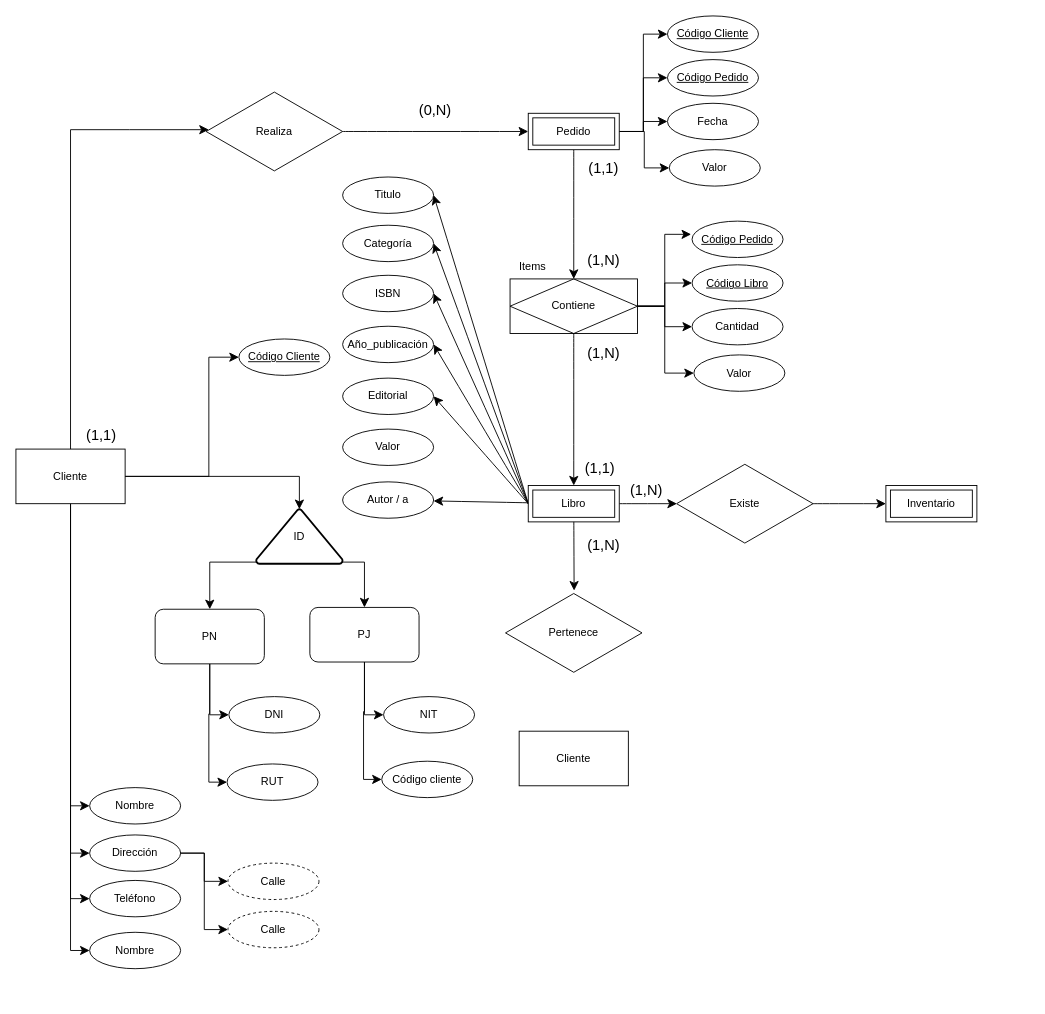
ollin02/digramas keeps this draw.io diagram as Diagrama sin título.drawio. Above is the earlier version. Source tidied: cells renumbered, new cells numbered last; positions are measured from the earlier drawing's top-left corner, leaving out a move shared by most shapes. Both pictures are drawn from the tidied source at 91%, with x=0, y=0 at pixel (15, 15).
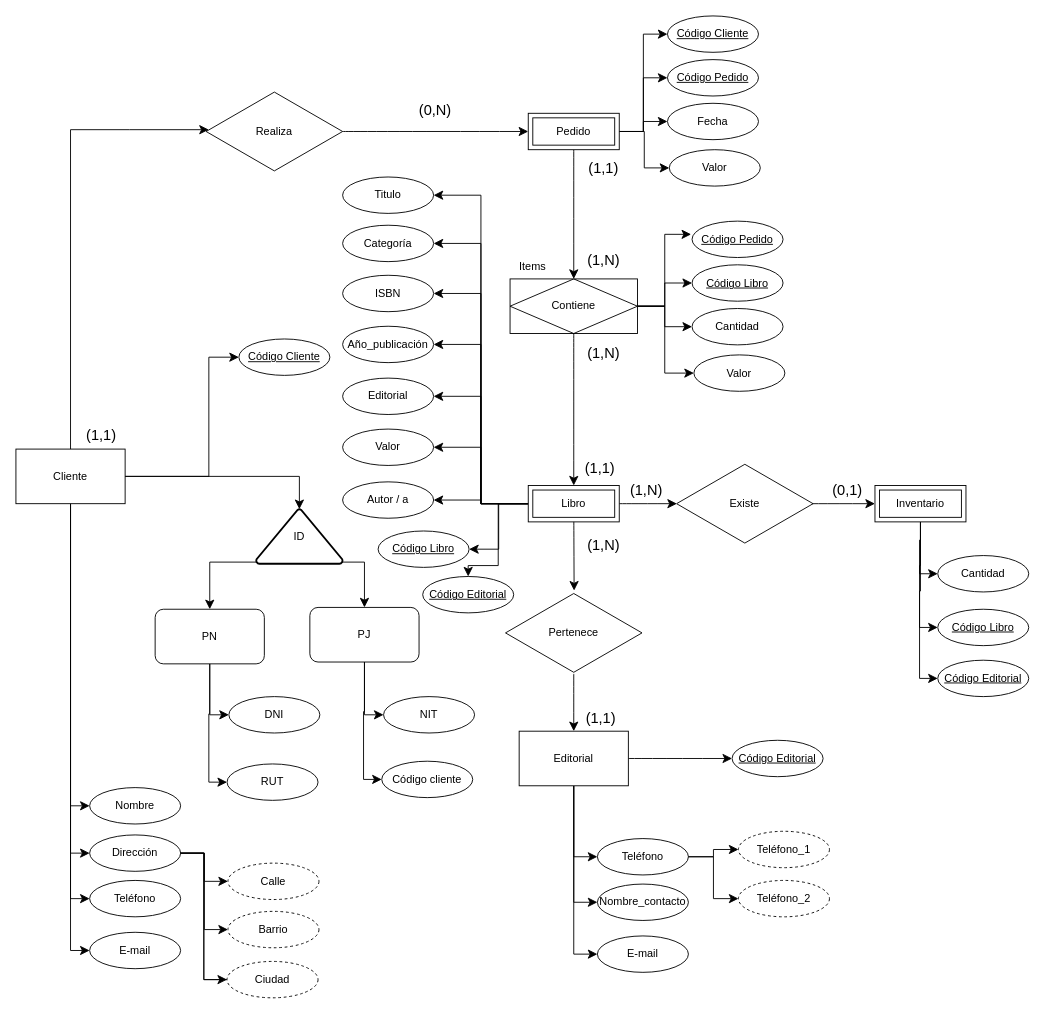
The same diagram, later.

The change refers to these unchanged cells:
```xml
<mxCell id="35" value="Titulo" style="ellipse;whiteSpace=wrap;html=1;align=center;newEdgeStyle={&quot;edgeStyle&quot;:&quot;entityRelationEdgeStyle&quot;,&quot;startArrow&quot;:&quot;none&quot;,&quot;endArrow&quot;:&quot;none&quot;,&quot;segment&quot;:10,&quot;curved&quot;:1,&quot;sourcePerimeterSpacing&quot;:0,&quot;targetPerimeterSpacing&quot;:0};" parent="1" vertex="1">
  <mxGeometry x="359" y="177" width="100" height="40" as="geometry" />
</mxCell>
<mxCell id="36" value="Categoría" style="ellipse;whiteSpace=wrap;html=1;align=center;newEdgeStyle={&quot;edgeStyle&quot;:&quot;entityRelationEdgeStyle&quot;,&quot;startArrow&quot;:&quot;none&quot;,&quot;endArrow&quot;:&quot;none&quot;,&quot;segment&quot;:10,&quot;curved&quot;:1,&quot;sourcePerimeterSpacing&quot;:0,&quot;targetPerimeterSpacing&quot;:0};" parent="1" vertex="1">
  <mxGeometry x="359" y="230" width="100" height="40" as="geometry" />
</mxCell>
<mxCell id="37" value="Valor" style="ellipse;whiteSpace=wrap;html=1;align=center;newEdgeStyle={&quot;edgeStyle&quot;:&quot;entityRelationEdgeStyle&quot;,&quot;startArrow&quot;:&quot;none&quot;,&quot;endArrow&quot;:&quot;none&quot;,&quot;segment&quot;:10,&quot;curved&quot;:1,&quot;sourcePerimeterSpacing&quot;:0,&quot;targetPerimeterSpacing&quot;:0};" parent="1" vertex="1">
  <mxGeometry x="359" y="454" width="100" height="40" as="geometry" />
</mxCell>
<mxCell id="38" value="Editorial" style="ellipse;whiteSpace=wrap;html=1;align=center;newEdgeStyle={&quot;edgeStyle&quot;:&quot;entityRelationEdgeStyle&quot;,&quot;startArrow&quot;:&quot;none&quot;,&quot;endArrow&quot;:&quot;none&quot;,&quot;segment&quot;:10,&quot;curved&quot;:1,&quot;sourcePerimeterSpacing&quot;:0,&quot;targetPerimeterSpacing&quot;:0};" parent="1" vertex="1">
  <mxGeometry x="359" y="398" width="100" height="40" as="geometry" />
</mxCell>
<mxCell id="39" value="ISBN" style="ellipse;whiteSpace=wrap;html=1;align=center;newEdgeStyle={&quot;edgeStyle&quot;:&quot;entityRelationEdgeStyle&quot;,&quot;startArrow&quot;:&quot;none&quot;,&quot;endArrow&quot;:&quot;none&quot;,&quot;segment&quot;:10,&quot;curved&quot;:1,&quot;sourcePerimeterSpacing&quot;:0,&quot;targetPerimeterSpacing&quot;:0};" parent="1" vertex="1">
  <mxGeometry x="359" y="285" width="100" height="40" as="geometry" />
</mxCell>
<mxCell id="40" value="Año_publicación" style="ellipse;whiteSpace=wrap;html=1;align=center;newEdgeStyle={&quot;edgeStyle&quot;:&quot;entityRelationEdgeStyle&quot;,&quot;startArrow&quot;:&quot;none&quot;,&quot;endArrow&quot;:&quot;none&quot;,&quot;segment&quot;:10,&quot;curved&quot;:1,&quot;sourcePerimeterSpacing&quot;:0,&quot;targetPerimeterSpacing&quot;:0};" parent="1" vertex="1">
  <mxGeometry x="359" y="341" width="100" height="40" as="geometry" />
</mxCell>
<mxCell id="41" value="Autor / a" style="ellipse;whiteSpace=wrap;html=1;align=center;newEdgeStyle={&quot;edgeStyle&quot;:&quot;entityRelationEdgeStyle&quot;,&quot;startArrow&quot;:&quot;none&quot;,&quot;endArrow&quot;:&quot;none&quot;,&quot;segment&quot;:10,&quot;curved&quot;:1,&quot;sourcePerimeterSpacing&quot;:0,&quot;targetPerimeterSpacing&quot;:0};" parent="1" vertex="1">
  <mxGeometry x="359" y="512" width="100" height="40" as="geometry" />
</mxCell>
<mxCell id="66" value="Libro" style="shape=ext;margin=3;double=1;whiteSpace=wrap;html=1;align=center;" parent="1" vertex="1">
  <mxGeometry x="563" y="516" width="100" height="40" as="geometry" />
</mxCell>
<mxCell id="68" value="Existe" style="html=1;whiteSpace=wrap;shape=isoRectangle;" parent="1" vertex="1">
  <mxGeometry x="726" y="491" width="150" height="90" as="geometry" />
</mxCell>
<mxCell id="75" value="Dirección" style="ellipse;whiteSpace=wrap;html=1;align=center;newEdgeStyle={&quot;edgeStyle&quot;:&quot;entityRelationEdgeStyle&quot;,&quot;startArrow&quot;:&quot;none&quot;,&quot;endArrow&quot;:&quot;none&quot;,&quot;segment&quot;:10,&quot;curved&quot;:1,&quot;sourcePerimeterSpacing&quot;:0,&quot;targetPerimeterSpacing&quot;:0};" parent="1" vertex="1">
  <mxGeometry x="81" y="900" width="100" height="40" as="geometry" />
</mxCell>
<mxCell id="81" value="Pertenece" style="html=1;whiteSpace=wrap;shape=isoRectangle;" parent="1" vertex="1">
  <mxGeometry x="538" y="633" width="150" height="90" as="geometry" />
</mxCell>
```

What changed in the source:
```diff
@@
-    <mxCell id="60" style="edgeStyle=none;curved=1;rounded=0;jettySize=auto;html=1;entryX=1;entryY=0.5;entryDx=0;entryDy=0;fontSize=12;startSize=8;endSize=8;exitX=0;exitY=0.5;exitDx=0;exitDy=0;" parent="1" edge="1" source="66" target="35">
+    <mxCell id="60" style="edgeStyle=orthogonalEdgeStyle;rounded=0;jettySize=auto;html=1;entryX=1;entryY=0.5;entryDx=0;entryDy=0;fontSize=12;startSize=8;endSize=8;exitX=0;exitY=0.5;exitDx=0;exitDy=0;" parent="1" edge="1" source="66" target="35">
       <mxGeometry relative="1" as="geometry" />
     </mxCell>
-    <mxCell id="61" style="edgeStyle=none;curved=1;rounded=0;jettySize=auto;html=1;fontSize=12;startSize=8;endSize=8;" parent="1" edge="1" source="66" target="41">
+    <mxCell id="61" style="edgeStyle=orthogonalEdgeStyle;rounded=0;jettySize=auto;html=1;fontSize=12;startSize=8;endSize=8;" parent="1" edge="1" source="66" target="41">
       <mxGeometry relative="1" as="geometry" />
     </mxCell>
-    <mxCell id="62" style="edgeStyle=none;curved=1;rounded=0;jettySize=auto;html=1;exitX=0;exitY=0.5;exitDx=0;exitDy=0;entryX=1;entryY=0.5;entryDx=0;entryDy=0;fontSize=12;startSize=8;endSize=8;" parent="1" edge="1" source="66" target="36">
+    <mxCell id="62" style="edgeStyle=orthogonalEdgeStyle;rounded=0;jettySize=auto;html=1;exitX=0;exitY=0.5;exitDx=0;exitDy=0;entryX=1;entryY=0.5;entryDx=0;entryDy=0;fontSize=12;startSize=8;endSize=8;" parent="1" edge="1" source="66" target="36">
       <mxGeometry relative="1" as="geometry" />
     </mxCell>
-    <mxCell id="63" style="edgeStyle=none;curved=1;rounded=0;jettySize=auto;html=1;entryX=1;entryY=0.5;entryDx=0;entryDy=0;fontSize=12;startSize=8;endSize=8;exitX=0;exitY=0.5;exitDx=0;exitDy=0;" parent="1" edge="1" source="66" target="39">
+    <mxCell id="63" style="edgeStyle=orthogonalEdgeStyle;rounded=0;jettySize=auto;html=1;entryX=1;entryY=0.5;entryDx=0;entryDy=0;fontSize=12;startSize=8;endSize=8;exitX=0;exitY=0.5;exitDx=0;exitDy=0;" parent="1" edge="1" source="66" target="39">
       <mxGeometry relative="1" as="geometry" />
     </mxCell>
-    <mxCell id="64" style="edgeStyle=none;curved=1;rounded=0;jettySize=auto;html=1;entryX=1;entryY=0.5;entryDx=0;entryDy=0;fontSize=12;startSize=8;endSize=8;exitX=0;exitY=0.5;exitDx=0;exitDy=0;" parent="1" edge="1" source="66" target="40">
+    <mxCell id="64" style="edgeStyle=orthogonalEdgeStyle;rounded=0;jettySize=auto;html=1;entryX=1;entryY=0.5;entryDx=0;entryDy=0;fontSize=12;startSize=8;endSize=8;exitX=0;exitY=0.5;exitDx=0;exitDy=0;" parent="1" edge="1" source="66" target="40">
       <mxGeometry relative="1" as="geometry" />
     </mxCell>
-    <mxCell id="65" style="edgeStyle=none;curved=1;rounded=0;jettySize=auto;html=1;entryX=1;entryY=0.5;entryDx=0;entryDy=0;fontSize=12;startSize=8;endSize=8;exitX=0;exitY=0.5;exitDx=0;exitDy=0;" parent="1" edge="1" source="66" target="38">
+    <mxCell id="65" style="edgeStyle=orthogonalEdgeStyle;rounded=0;jettySize=auto;html=1;entryX=1;entryY=0.5;entryDx=0;entryDy=0;fontSize=12;startSize=8;endSize=8;exitX=0;exitY=0.5;exitDx=0;exitDy=0;" parent="1" edge="1" source="66" target="38">
       <mxGeometry relative="1" as="geometry" />
     </mxCell>
+    <mxCell id="84" style="edgeStyle=orthogonalEdgeStyle;rounded=0;jettySize=auto;html=1;entryX=1;entryY=0.5;entryDx=0;entryDy=0;fontSize=12;startSize=8;endSize=8;exitX=0;exitY=0.5;exitDx=0;exitDy=0;" parent="1" edge="1" source="66" target="37">
+      <mxGeometry relative="1" as="geometry" />
+    </mxCell>
+    <mxCell id="85" style="edgeStyle=orthogonalEdgeStyle;rounded=0;jettySize=auto;html=1;exitX=0;exitY=0.5;exitDx=0;exitDy=0;entryX=1;entryY=0.5;entryDx=0;entryDy=0;fontSize=12;startSize=8;endSize=8;" parent="1" edge="1" source="66" target="97">
+      <mxGeometry relative="1" as="geometry" />
+    </mxCell>
+    <mxCell id="86" style="edgeStyle=orthogonalEdgeStyle;rounded=0;jettySize=auto;html=1;entryX=0.5;entryY=0;entryDx=0;entryDy=0;fontSize=12;startSize=8;endSize=8;exitX=0;exitY=0.5;exitDx=0;exitDy=0;" parent="1" edge="1" source="66" target="98">
+      <mxGeometry relative="1" as="geometry">
+        <Array as="points">
+          <mxPoint x="530" y="536" />
+          <mxPoint x="530" y="604" />
+          <mxPoint x="497" y="604" />
+        </Array>
+      </mxGeometry>
+    </mxCell>
@@
-    <mxCell id="67" style="edgeStyle=none;curved=1;rounded=0;jettySize=auto;html=1;entryX=0;entryY=0.5;entryDx=0;entryDy=0;fontSize=12;startSize=8;endSize=8;" parent="1" edge="1" source="68" target="73">
-      <mxGeometry relative="1" as="geometry" />
+    <mxCell id="67" style="edgeStyle=none;curved=1;rounded=0;jettySize=auto;html=1;entryX=0;entryY=0.5;entryDx=0;entryDy=0;fontSize=12;startSize=8;endSize=8;" parent="1" edge="1" target="73">
+      <mxGeometry relative="1" as="geometry">
+        <mxPoint x="864" y="536" as="sourcePoint" />
+      </mxGeometry>
     </mxCell>
@@
+    <mxCell id="87" style="edgeStyle=orthogonalEdgeStyle;rounded=0;jettySize=auto;html=1;exitX=0.5;exitY=1;exitDx=0;exitDy=0;entryX=0;entryY=0.5;entryDx=0;entryDy=0;fontSize=12;startSize=8;endSize=8;" parent="1" edge="1" source="73" target="101">
+      <mxGeometry relative="1" as="geometry" />
+    </mxCell>
+    <mxCell id="88" style="edgeStyle=orthogonalEdgeStyle;rounded=0;jettySize=auto;html=1;entryX=0;entryY=0.5;entryDx=0;entryDy=0;fontSize=12;startSize=8;endSize=8;" parent="1" edge="1" source="73" target="102">
+      <mxGeometry relative="1" as="geometry" />
+    </mxCell>
+    <mxCell id="89" style="edgeStyle=orthogonalEdgeStyle;rounded=0;jettySize=auto;html=1;entryX=0;entryY=0.5;entryDx=0;entryDy=0;fontSize=12;startSize=8;endSize=8;" parent="1" edge="1" source="73" target="103">
+      <mxGeometry relative="1" as="geometry" />
+    </mxCell>
     <mxCell id="73" value="Inventario" style="shape=ext;margin=3;double=1;whiteSpace=wrap;html=1;align=center;" parent="1" vertex="1">
-      <mxGeometry x="956" y="516" width="100" height="40" as="geometry" />
+      <mxGeometry x="944" y="516" width="100" height="40" as="geometry" />
     </mxCell>
-    <mxCell id="74" value="Nombre" style="ellipse;whiteSpace=wrap;html=1;align=center;newEdgeStyle={&quot;edgeStyle&quot;:&quot;entityRelationEdgeStyle&quot;,&quot;startArrow&quot;:&quot;none&quot;,&quot;endArrow&quot;:&quot;none&quot;,&quot;segment&quot;:10,&quot;curved&quot;:1,&quot;sourcePerimeterSpacing&quot;:0,&quot;targetPerimeterSpacing&quot;:0};" parent="1" vertex="1">
+    <mxCell id="74" value="E-mail" style="ellipse;whiteSpace=wrap;html=1;align=center;newEdgeStyle={&quot;edgeStyle&quot;:&quot;entityRelationEdgeStyle&quot;,&quot;startArrow&quot;:&quot;none&quot;,&quot;endArrow&quot;:&quot;none&quot;,&quot;segment&quot;:10,&quot;curved&quot;:1,&quot;sourcePerimeterSpacing&quot;:0,&quot;targetPerimeterSpacing&quot;:0};" parent="1" vertex="1">
       <mxGeometry x="81" y="1007" width="100" height="40" as="geometry" />
     </mxCell>
+    <mxCell id="90" style="edgeStyle=orthogonalEdgeStyle;rounded=0;jettySize=auto;html=1;startArrow=none;endArrow=none;segment=10;sourcePerimeterSpacing=0;targetPerimeterSpacing=0;exitX=1;exitY=0.5;exitDx=0;exitDy=0;entryX=0;entryY=0.5;entryDx=0;entryDy=0;fontSize=12;" parent="1" edge="1" source="75" target="104">
+      <mxGeometry relative="1" as="geometry" />
+    </mxCell>
@@
-    <mxCell id="77" value="Calle" style="ellipse;whiteSpace=wrap;html=1;align=center;dashed=1;" parent="1" vertex="1">
+    <mxCell id="77" value="Barrio" style="ellipse;whiteSpace=wrap;html=1;align=center;dashed=1;" parent="1" vertex="1">
       <mxGeometry x="233" y="984" width="100" height="40" as="geometry" />
     </mxCell>
@@
+    <mxCell id="91" style="edgeStyle=none;curved=1;rounded=0;jettySize=auto;html=1;entryX=0.5;entryY=0;entryDx=0;entryDy=0;fontSize=12;startSize=8;endSize=8;" parent="1" edge="1" source="81" target="83">
+      <mxGeometry relative="1" as="geometry" />
+    </mxCell>
@@
+    <mxCell id="92" style="edgeStyle=none;curved=1;rounded=0;jettySize=auto;html=1;fontSize=12;startSize=8;endSize=8;" parent="1" edge="1" source="83" target="99">
+      <mxGeometry relative="1" as="geometry" />
+    </mxCell>
+    <mxCell id="93" style="edgeStyle=orthogonalEdgeStyle;rounded=0;jettySize=auto;html=1;entryX=0;entryY=0.5;entryDx=0;entryDy=0;fontSize=12;startSize=8;endSize=8;" parent="1" edge="1" source="83" target="107">
+      <mxGeometry relative="1" as="geometry" />
+    </mxCell>
+    <mxCell id="94" style="edgeStyle=orthogonalEdgeStyle;rounded=0;jettySize=auto;html=1;entryX=0;entryY=0.5;entryDx=0;entryDy=0;fontSize=12;startSize=8;endSize=8;" parent="1" edge="1" source="83" target="108">
+      <mxGeometry relative="1" as="geometry" />
+    </mxCell>
+    <mxCell id="95" style="edgeStyle=orthogonalEdgeStyle;rounded=0;jettySize=auto;html=1;entryX=0;entryY=0.5;entryDx=0;entryDy=0;fontSize=12;startSize=8;endSize=8;" parent="1" edge="1" source="83" target="106">
+      <mxGeometry relative="1" as="geometry" />
+    </mxCell>
-    <mxCell id="83" value="Cliente" style="rounded=0;whiteSpace=wrap;html=1;" parent="1" vertex="1">
+    <mxCell id="83" value="Editorial" style="rounded=0;whiteSpace=wrap;html=1;" parent="1" vertex="1">
       <mxGeometry x="553" y="786" width="120" height="60" as="geometry" />
     </mxCell>
+    <mxCell id="96" value="(1,1)" style="text;strokeColor=none;fillColor=none;html=1;align=center;verticalAlign=middle;whiteSpace=wrap;rounded=0;fontSize=16;" parent="1" vertex="1">
+      <mxGeometry x="613" y="756" width="60" height="30" as="geometry" />
+    </mxCell>
+    <mxCell id="97" value="&lt;u&gt;Código Libro&lt;/u&gt;" style="ellipse;whiteSpace=wrap;html=1;align=center;newEdgeStyle={&quot;edgeStyle&quot;:&quot;entityRelationEdgeStyle&quot;,&quot;startArrow&quot;:&quot;none&quot;,&quot;endArrow&quot;:&quot;none&quot;,&quot;segment&quot;:10,&quot;curved&quot;:1,&quot;sourcePerimeterSpacing&quot;:0,&quot;targetPerimeterSpacing&quot;:0};" parent="1" vertex="1">
+      <mxGeometry x="398" y="566" width="100" height="40" as="geometry" />
+    </mxCell>
+    <mxCell id="98" value="&lt;u&gt;Código Editorial&lt;/u&gt;" style="ellipse;whiteSpace=wrap;html=1;align=center;newEdgeStyle={&quot;edgeStyle&quot;:&quot;entityRelationEdgeStyle&quot;,&quot;startArrow&quot;:&quot;none&quot;,&quot;endArrow&quot;:&quot;none&quot;,&quot;segment&quot;:10,&quot;curved&quot;:1,&quot;sourcePerimeterSpacing&quot;:0,&quot;targetPerimeterSpacing&quot;:0};" parent="1" vertex="1">
+      <mxGeometry x="447" y="616" width="100" height="40" as="geometry" />
+    </mxCell>
+    <mxCell id="99" value="&lt;u&gt;Código Editorial&lt;/u&gt;" style="ellipse;whiteSpace=wrap;html=1;align=center;newEdgeStyle={&quot;edgeStyle&quot;:&quot;entityRelationEdgeStyle&quot;,&quot;startArrow&quot;:&quot;none&quot;,&quot;endArrow&quot;:&quot;none&quot;,&quot;segment&quot;:10,&quot;curved&quot;:1,&quot;sourcePerimeterSpacing&quot;:0,&quot;targetPerimeterSpacing&quot;:0};" parent="1" vertex="1">
+      <mxGeometry x="787" y="796" width="100" height="40" as="geometry" />
+    </mxCell>
+    <mxCell id="100" value="(0,1)" style="text;strokeColor=none;fillColor=none;html=1;align=center;verticalAlign=middle;whiteSpace=wrap;rounded=0;fontSize=16;" parent="1" vertex="1">
+      <mxGeometry x="884" y="506" width="60" height="30" as="geometry" />
+    </mxCell>
+    <mxCell id="101" value="Cantidad" style="ellipse;whiteSpace=wrap;html=1;align=center;newEdgeStyle={&quot;edgeStyle&quot;:&quot;entityRelationEdgeStyle&quot;,&quot;startArrow&quot;:&quot;none&quot;,&quot;endArrow&quot;:&quot;none&quot;,&quot;segment&quot;:10,&quot;curved&quot;:1,&quot;sourcePerimeterSpacing&quot;:0,&quot;targetPerimeterSpacing&quot;:0};" parent="1" vertex="1">
+      <mxGeometry x="1013" y="593" width="100" height="40" as="geometry" />
+    </mxCell>
+    <mxCell id="102" value="&lt;u&gt;Código Libro&lt;/u&gt;" style="ellipse;whiteSpace=wrap;html=1;align=center;newEdgeStyle={&quot;edgeStyle&quot;:&quot;entityRelationEdgeStyle&quot;,&quot;startArrow&quot;:&quot;none&quot;,&quot;endArrow&quot;:&quot;none&quot;,&quot;segment&quot;:10,&quot;curved&quot;:1,&quot;sourcePerimeterSpacing&quot;:0,&quot;targetPerimeterSpacing&quot;:0};" parent="1" vertex="1">
+      <mxGeometry x="1013" y="652" width="100" height="40" as="geometry" />
+    </mxCell>
+    <mxCell id="103" value="&lt;u&gt;Código Editorial&lt;/u&gt;" style="ellipse;whiteSpace=wrap;html=1;align=center;newEdgeStyle={&quot;edgeStyle&quot;:&quot;entityRelationEdgeStyle&quot;,&quot;startArrow&quot;:&quot;none&quot;,&quot;endArrow&quot;:&quot;none&quot;,&quot;segment&quot;:10,&quot;curved&quot;:1,&quot;sourcePerimeterSpacing&quot;:0,&quot;targetPerimeterSpacing&quot;:0};" parent="1" vertex="1">
+      <mxGeometry x="1013" y="708" width="100" height="40" as="geometry" />
+    </mxCell>
+    <mxCell id="104" value="Ciudad" style="ellipse;whiteSpace=wrap;html=1;align=center;dashed=1;" parent="1" vertex="1">
+      <mxGeometry x="232" y="1039" width="100" height="40" as="geometry" />
+    </mxCell>
+    <mxCell id="105" style="edgeStyle=orthogonalEdgeStyle;rounded=0;jettySize=auto;html=1;entryX=0;entryY=0.5;entryDx=0;entryDy=0;fontSize=12;startSize=8;endSize=8;exitX=1;exitY=0.5;exitDx=0;exitDy=0;" parent="1" edge="1" source="75" target="104">
+      <mxGeometry relative="1" as="geometry" />
+    </mxCell>
+    <mxCell id="106" value="E-mail" style="ellipse;whiteSpace=wrap;html=1;align=center;newEdgeStyle={&quot;edgeStyle&quot;:&quot;entityRelationEdgeStyle&quot;,&quot;startArrow&quot;:&quot;none&quot;,&quot;endArrow&quot;:&quot;none&quot;,&quot;segment&quot;:10,&quot;curved&quot;:1,&quot;sourcePerimeterSpacing&quot;:0,&quot;targetPerimeterSpacing&quot;:0};" parent="1" vertex="1">
+      <mxGeometry x="639" y="1011" width="100" height="40" as="geometry" />
+    </mxCell>
+    <mxCell id="107" value="Teléfono" style="ellipse;whiteSpace=wrap;html=1;align=center;newEdgeStyle={&quot;edgeStyle&quot;:&quot;entityRelationEdgeStyle&quot;,&quot;startArrow&quot;:&quot;none&quot;,&quot;endArrow&quot;:&quot;none&quot;,&quot;segment&quot;:10,&quot;curved&quot;:1,&quot;sourcePerimeterSpacing&quot;:0,&quot;targetPerimeterSpacing&quot;:0};" parent="1" vertex="1">
+      <mxGeometry x="639" y="904" width="100" height="40" as="geometry" />
+    </mxCell>
+    <mxCell id="108" value="Nombre_contacto" style="ellipse;whiteSpace=wrap;html=1;align=center;newEdgeStyle={&quot;edgeStyle&quot;:&quot;entityRelationEdgeStyle&quot;,&quot;startArrow&quot;:&quot;none&quot;,&quot;endArrow&quot;:&quot;none&quot;,&quot;segment&quot;:10,&quot;curved&quot;:1,&quot;sourcePerimeterSpacing&quot;:0,&quot;targetPerimeterSpacing&quot;:0};" parent="1" vertex="1">
+      <mxGeometry x="639" y="954" width="100" height="40" as="geometry" />
+    </mxCell>
+    <mxCell id="109" value="Teléfono_2" style="ellipse;whiteSpace=wrap;html=1;align=center;dashed=1;" parent="1" vertex="1">
+      <mxGeometry x="794" y="950" width="100" height="40" as="geometry" />
+    </mxCell>
+    <mxCell id="110" value="Teléfono_1" style="ellipse;whiteSpace=wrap;html=1;align=center;dashed=1;" parent="1" vertex="1">
+      <mxGeometry x="794" y="896" width="100" height="40" as="geometry" />
+    </mxCell>
+    <mxCell id="111" style="edgeStyle=orthogonalEdgeStyle;rounded=0;jettySize=auto;html=1;entryX=0;entryY=0.5;entryDx=0;entryDy=0;fontSize=12;startSize=8;endSize=8;exitX=1;exitY=0.5;exitDx=0;exitDy=0;" parent="1" edge="1" source="107" target="110">
+      <mxGeometry relative="1" as="geometry" />
+    </mxCell>
+    <mxCell id="112" style="edgeStyle=orthogonalEdgeStyle;rounded=0;jettySize=auto;html=1;entryX=0;entryY=0.5;entryDx=0;entryDy=0;fontSize=12;startSize=8;endSize=8;exitX=1;exitY=0.5;exitDx=0;exitDy=0;" parent="1" edge="1" source="107" target="109">
+      <mxGeometry relative="1" as="geometry" />
+    </mxCell>
```
